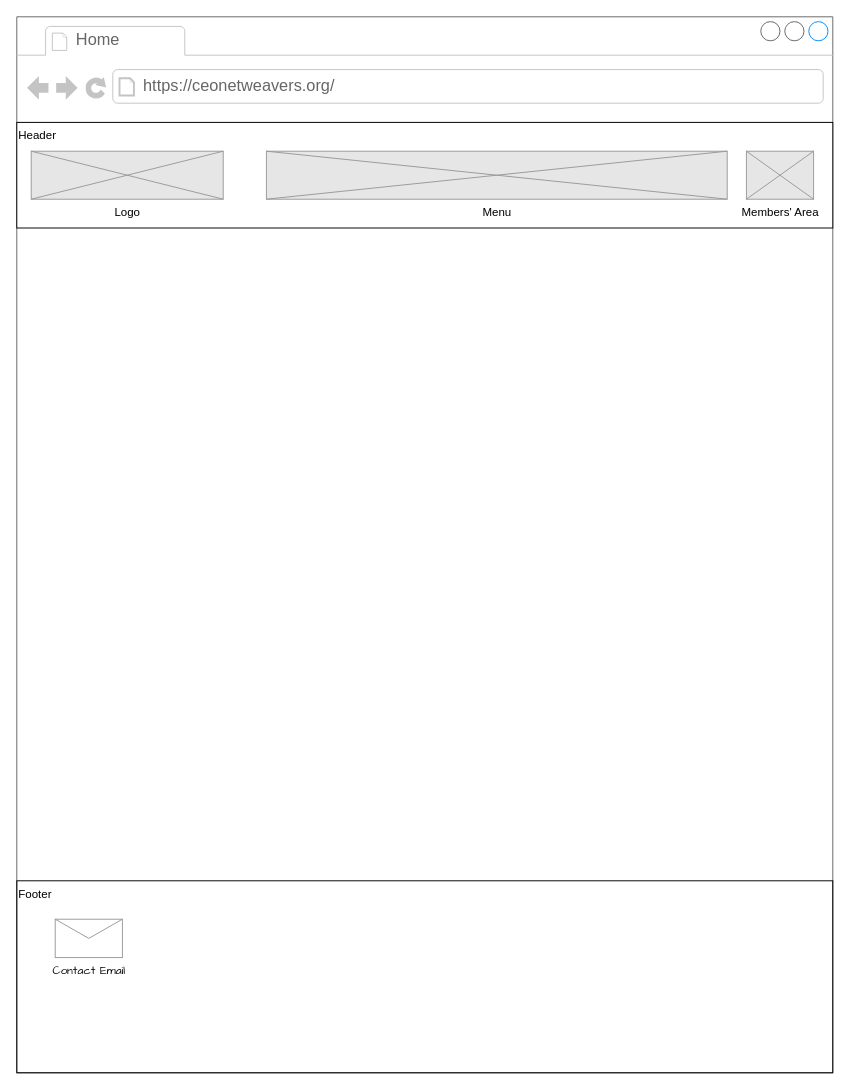
The draw.io diagram ceon-website-layout.drawio in crlspe/capstone, before the edit. Source tidied: cells renumbered, new cells numbered last; positions are measured from the earlier drawing's top-left corner, leaving out a move shared by most shapes. Both pictures are drawn from the tidied source at 96%, with x=0, y=0 at pixel (16, 16).
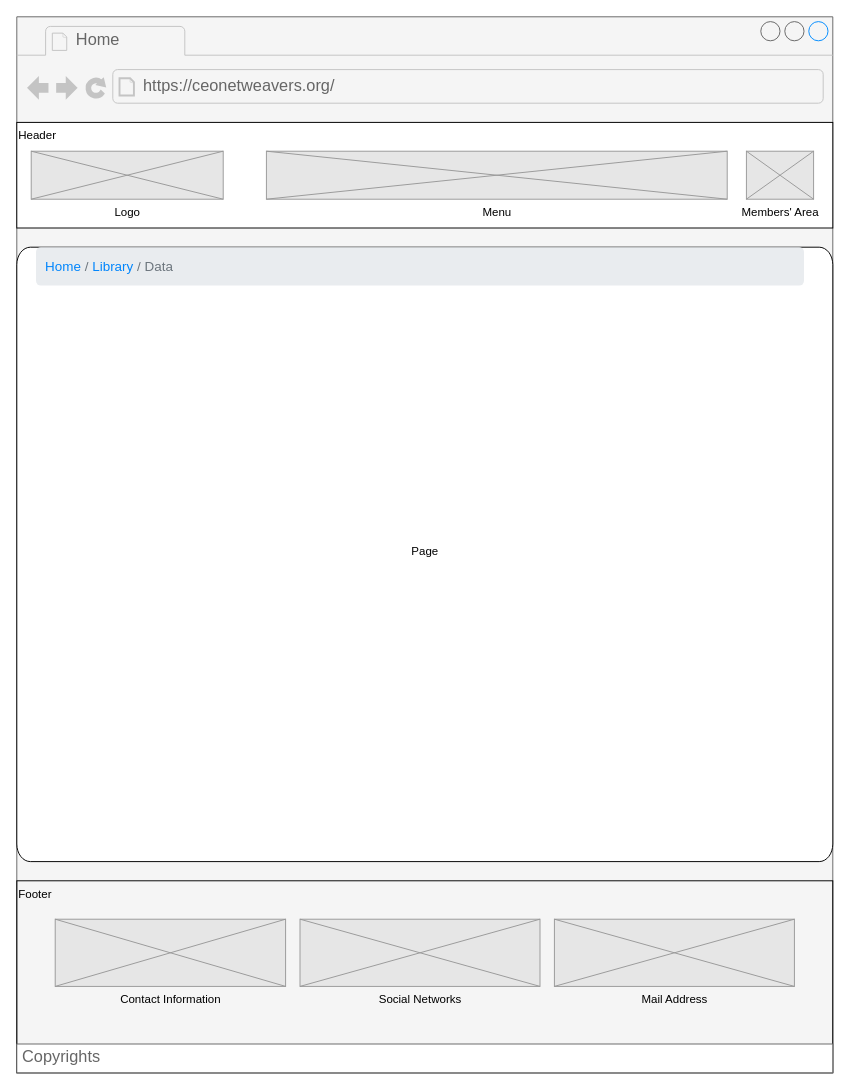
The same diagram, later.

The edit, as a diff of the source:
```diff
@@
 <mxGraphModel>
   <root>
     <mxCell id="0" />
     <mxCell id="1" parent="0" />
-    <mxCell id="2" style="strokeWidth=1;shadow=0;dashed=0;align=center;html=1;shape=mxgraph.mockup.containers.browserWindow;rSize=0;strokeColor=#666666;strokeColor2=#008cff;strokeColor3=#c4c4c4;mainText=,;" parent="1" vertex="1">
+    <mxCell id="2" style="strokeWidth=1;shadow=0;dashed=0;align=center;html=1;shape=mxgraph.mockup.containers.browserWindow;rSize=0;strokeColor=#666666;strokeColor2=#008cff;strokeColor3=#c4c4c4;mainText=,;fillColor=#f5f5f5;fontColor=#333333;" parent="1" vertex="1">
       <mxGeometry width="850" height="1100" as="geometry" />
     </mxCell>
     <mxCell id="3" value="Home" style="strokeWidth=1;shadow=0;dashed=0;align=center;html=1;shape=mxgraph.mockup.containers.anchor;fontSize=17;fontColor=#666666;align=left;" parent="2" vertex="1">
       <mxGeometry x="60" y="12" width="110" height="26" as="geometry" />
     </mxCell>
     <mxCell id="4" value="https://ceonetweavers.org/" style="strokeWidth=1;shadow=0;dashed=0;align=center;html=1;shape=mxgraph.mockup.containers.anchor;rSize=0;fontSize=17;fontColor=#666666;align=left;" parent="2" vertex="1">
       <mxGeometry x="130" y="60" width="250" height="26" as="geometry" />
     </mxCell>
     <mxCell id="5" value="&lt;div&gt;Footer&lt;/div&gt;" style="rounded=0;whiteSpace=wrap;html=1;strokeColor=default;strokeWidth=1;fillColor=none;align=left;verticalAlign=top;" parent="2" vertex="1">
       <mxGeometry y="900" width="850" height="200" as="geometry" />
     </mxCell>
-    <mxCell id="6" value="&lt;font face=&quot;Comic Sans MS&quot;&gt;Contact Email&lt;/font&gt;" style="verticalLabelPosition=bottom;shadow=0;dashed=0;align=center;html=1;verticalAlign=top;strokeWidth=1;shape=mxgraph.mockup.misc.mail2;strokeColor=#999999;fillColor=none;" parent="2" vertex="1">
-      <mxGeometry x="40" y="940" width="70" height="40" as="geometry" />
-    </mxCell>
     <mxCell id="7" style="group;" parent="2" vertex="1">
       <mxGeometry y="110" width="850" height="110" as="geometry" />
     </mxCell>
     <mxCell id="8" value="Header" style="rounded=0;whiteSpace=wrap;html=1;align=left;verticalAlign=top;" parent="7" vertex="1">
       <mxGeometry width="850" height="110" as="geometry" />
     </mxCell>
     <mxCell id="9" value="Logo" style="verticalLabelPosition=bottom;shadow=0;dashed=0;align=center;html=1;verticalAlign=top;strokeWidth=1;shape=mxgraph.mockup.graphics.simpleIcon;strokeColor=#999999;fillColor=#E6E6E6;" parent="7" vertex="1">
       <mxGeometry x="15" y="30" width="200" height="50" as="geometry" />
     </mxCell>
     <mxCell id="10" value="Menu" style="verticalLabelPosition=bottom;shadow=0;dashed=0;align=center;html=1;verticalAlign=top;strokeWidth=1;shape=mxgraph.mockup.graphics.simpleIcon;strokeColor=#999999;fillColor=#E6E6E6;" parent="7" vertex="1">
       <mxGeometry x="260" y="30" width="480" height="50" as="geometry" />
     </mxCell>
     <mxCell id="11" value="Members' Area" style="verticalLabelPosition=bottom;shadow=0;dashed=0;align=center;html=1;verticalAlign=top;strokeWidth=1;shape=mxgraph.mockup.graphics.simpleIcon;strokeColor=#999999;fillColor=#E6E6E6;" parent="7" vertex="1">
       <mxGeometry x="760" y="30" width="70" height="50" as="geometry" />
     </mxCell>
+    <mxCell id="12" value="Copyrights " style="strokeWidth=1;shadow=0;dashed=0;align=center;html=1;shape=mxgraph.mockup.text.textBox;fontColor=#666666;align=left;fontSize=17;spacingLeft=4;spacingTop=-3;strokeColor=#666666;mainText=;" parent="2" vertex="1">
+      <mxGeometry y="1070" width="850" height="30" as="geometry" />
+    </mxCell>
+    <mxCell id="13" value="Contact Information" style="verticalLabelPosition=bottom;shadow=0;dashed=0;align=center;html=1;verticalAlign=top;strokeWidth=1;shape=mxgraph.mockup.graphics.simpleIcon;strokeColor=#999999;fillColor=#E6E6E6;" parent="2" vertex="1">
+      <mxGeometry x="40" y="940" width="240" height="70" as="geometry" />
+    </mxCell>
+    <mxCell id="14" value="Social Networks" style="verticalLabelPosition=bottom;shadow=0;dashed=0;align=center;html=1;verticalAlign=top;strokeWidth=1;shape=mxgraph.mockup.graphics.simpleIcon;strokeColor=#999999;fillColor=#E6E6E6;" parent="2" vertex="1">
+      <mxGeometry x="295" y="940" width="250" height="70" as="geometry" />
+    </mxCell>
+    <mxCell id="15" value="Mail Address" style="verticalLabelPosition=bottom;shadow=0;dashed=0;align=center;html=1;verticalAlign=top;strokeWidth=1;shape=mxgraph.mockup.graphics.simpleIcon;strokeColor=#999999;fillColor=#E6E6E6;" parent="2" vertex="1">
+      <mxGeometry x="560" y="940" width="250" height="70" as="geometry" />
+    </mxCell>
+    <mxCell id="16" value="Page" style="html=1;labelPosition=center;verticalLabelPosition=middle;verticalAlign=middle;align=center;fontSize=12;spacingTop=-6;sketch=0;shape=mxgraph.sitemap.page;" parent="2" vertex="1">
+      <mxGeometry y="240" width="850" height="640" as="geometry" />
+    </mxCell>
+    <mxCell id="17" value="&lt;font color=&quot;#0085fc&quot;&gt;Home&lt;/font&gt; / &lt;font color=&quot;#0085fc&quot;&gt;Library&lt;/font&gt; / Data" style="html=1;shadow=0;dashed=0;shape=mxgraph.bootstrap.rrect;rSize=5;strokeColor=none;strokeWidth=1;fillColor=#E9ECEF;fontColor=#6C757D;whiteSpace=wrap;align=left;verticalAlign=middle;spacingLeft=0;fontStyle=0;fontSize=14;spacing=10;" parent="2" vertex="1">
+      <mxGeometry x="20" y="240" width="800" height="40" as="geometry" />
+    </mxCell>
   </root>
 </mxGraphModel>
```
